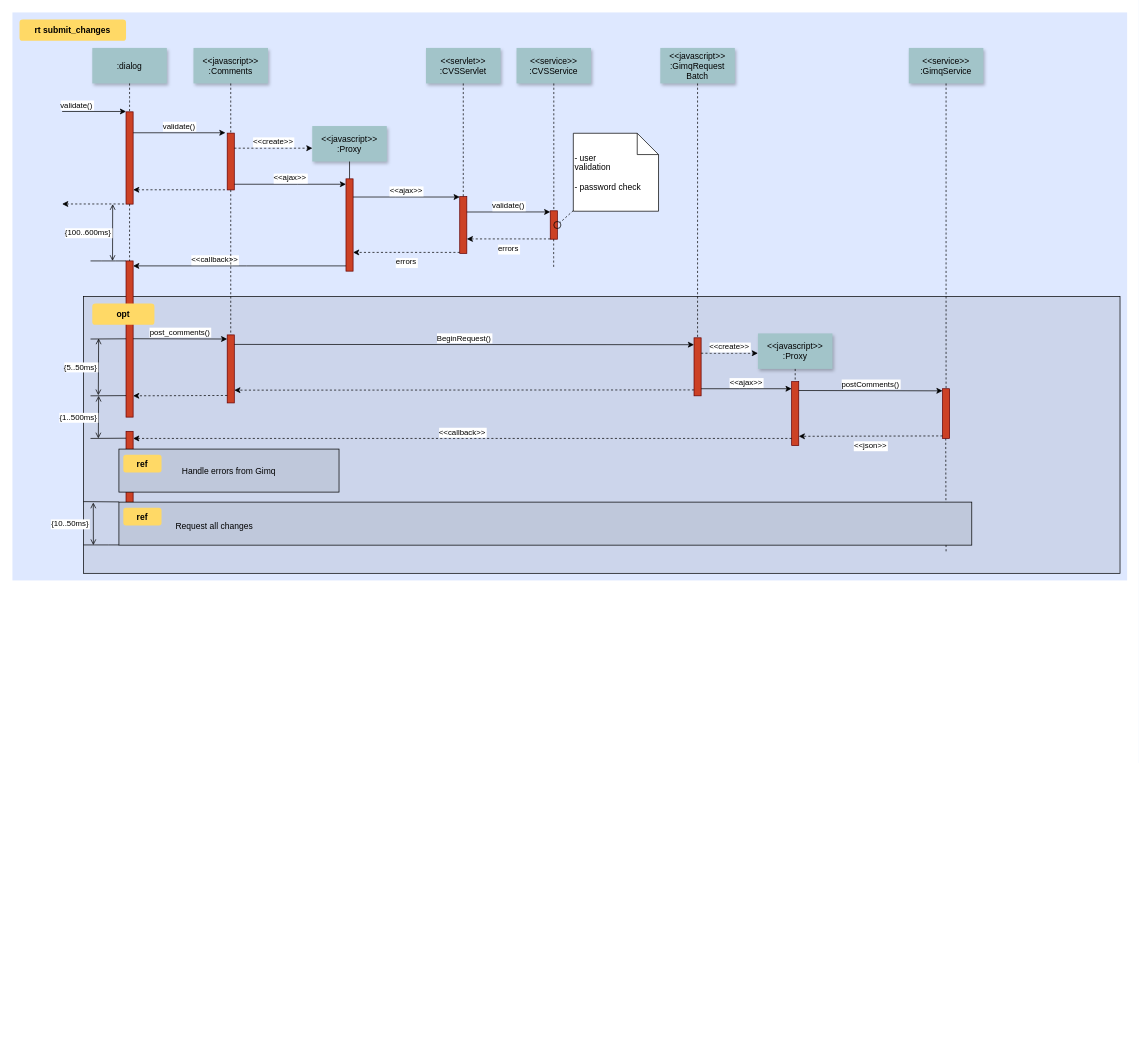
Earlier version of the draw.io diagram Diagramme sans nom.drawio (faresUnderScore999/test1.0). Source tidied: cells renumbered, new cells numbered last; positions are measured from the earlier drawing's top-left corner, leaving out a move shared by most shapes. Both pictures are drawn from the tidied source at 71%, with x=0, y=0 at pixel (12, 12).
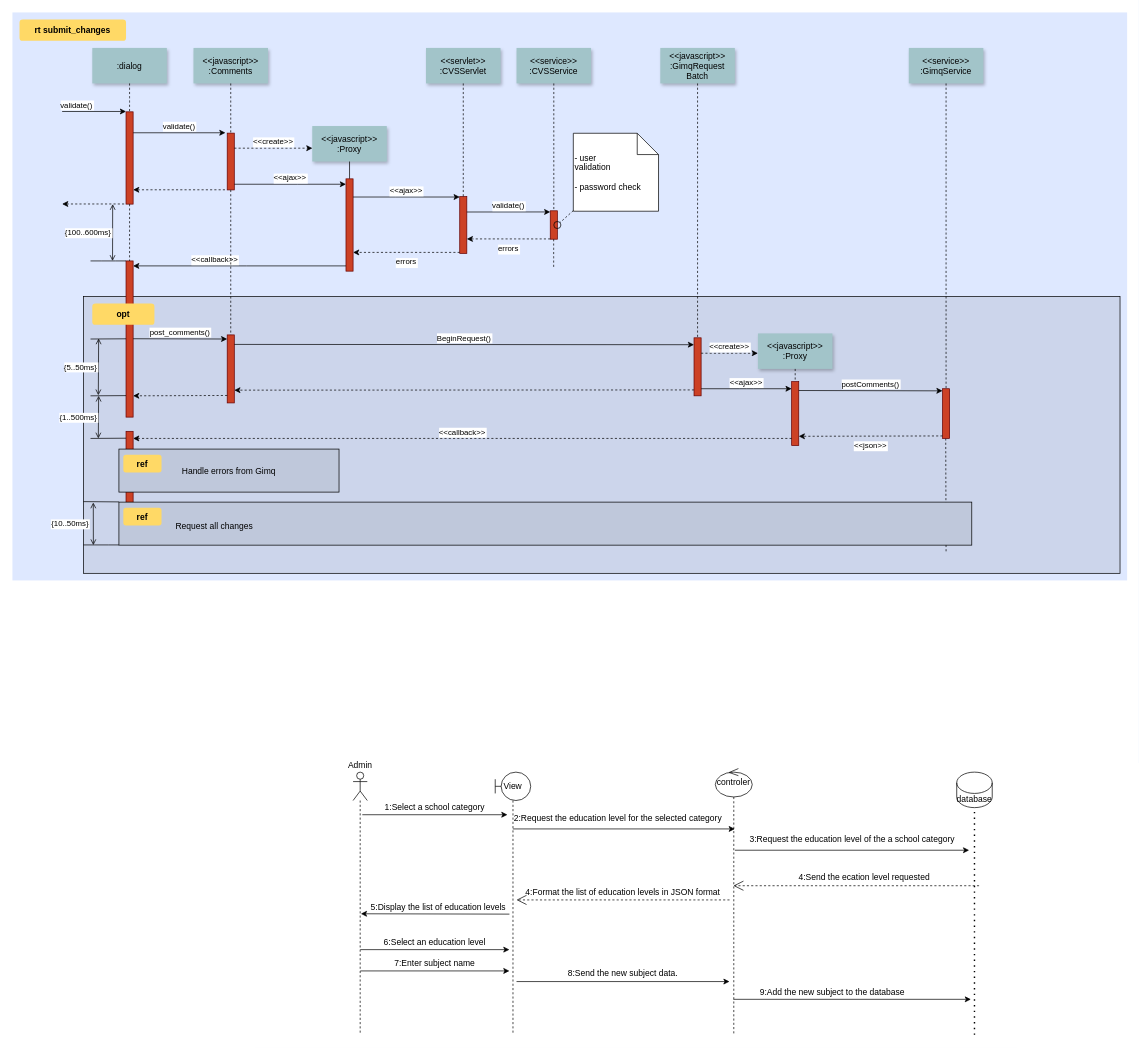
After the change.

Commit message:
Mettre à jour Diagramme sans nom.drawio

The edit, as a diff of the source:
```diff
@@
+    <mxCell id="75" value="View" style="shape=umlLifeline;perimeter=lifelinePerimeter;whiteSpace=wrap;html=1;newEdgeStyle={&quot;curved&quot;:0,&quot;rounded&quot;:0};participant=umlBoundary;" parent="1" vertex="1">
+      <mxGeometry x="680" y="1070" width="50" height="370" as="geometry" />
+    </mxCell>
+    <mxCell id="76" style="shape=umlLifeline;perimeter=lifelinePerimeter;whiteSpace=wrap;html=1;newEdgeStyle={&quot;curved&quot;:0,&quot;rounded&quot;:0};participant=umlActor;" parent="1" vertex="1">
+      <mxGeometry x="479.8" y="1070" width="20" height="370" as="geometry" />
+    </mxCell>
+    <mxCell id="77" value="controler" style="shape=umlLifeline;perimeter=lifelinePerimeter;whiteSpace=wrap;html=1;outlineConnect=0;portConstraint=eastwest;newEdgeStyle={&quot;curved&quot;:0,&quot;rounded&quot;:0};participant=umlControl;" parent="1" vertex="1">
+      <mxGeometry x="990" y="1065" width="52" height="375" as="geometry" />
+    </mxCell>
+    <mxCell id="78" value="database" style="shape=cylinder3;whiteSpace=wrap;html=1;boundedLbl=1;backgroundOutline=1;size=15;" parent="1" vertex="1">
+      <mxGeometry x="1330" y="1070" width="50" height="50" as="geometry" />
+    </mxCell>
+    <mxCell id="79" style="endArrow=classic;html=1;rounded=0;" parent="1" edge="1">
+      <mxGeometry relative="1" as="geometry">
+        <mxPoint x="492.8" y="1130" as="sourcePoint" />
+        <mxPoint x="697.2" y="1130" as="targetPoint" />
+      </mxGeometry>
+    </mxCell>
+    <mxCell id="80" value="1:Select a school category" style="text;html=1;align=center;verticalAlign=middle;whiteSpace=wrap;rounded=0;" parent="1" vertex="1">
+      <mxGeometry x="520" y="1110" width="150" height="20" as="geometry" />
+    </mxCell>
+    <mxCell id="81" style="endArrow=classic;html=1;rounded=0;entryX=1;entryY=1;entryDx=0;entryDy=0;" parent="1" edge="1" target="82">
+      <mxGeometry relative="1" as="geometry">
+        <mxPoint x="704.8" y="1150" as="sourcePoint" />
+      </mxGeometry>
+    </mxCell>
+    <mxCell id="82" value="2:Request the education level for the selected category" style="text;html=1;align=center;verticalAlign=middle;whiteSpace=wrap;rounded=0;" parent="1" vertex="1">
+      <mxGeometry x="687.5" y="1120" width="330" height="30" as="geometry" />
+    </mxCell>
+    <mxCell id="83" value="3:Request the education level of the a school category" style="text;html=1;align=center;verticalAlign=middle;whiteSpace=wrap;rounded=0;" parent="1" vertex="1">
+      <mxGeometry x="1017.5" y="1150" width="330" height="30" as="geometry" />
+    </mxCell>
+    <mxCell id="84" style="endArrow=classic;html=1;rounded=0;exitX=0;exitY=1;exitDx=0;exitDy=0;entryX=1;entryY=1;entryDx=0;entryDy=0;" parent="1" edge="1" source="83" target="83">
+      <mxGeometry relative="1" as="geometry" />
+    </mxCell>
+    <mxCell id="85" style="endArrow=none;dashed=1;html=1;dashPattern=1 3;strokeWidth=2;rounded=0;entryX=0.5;entryY=1;entryDx=0;entryDy=0;entryPerimeter=0;" parent="1" edge="1" target="78">
+      <mxGeometry relative="1" as="geometry">
+        <mxPoint x="1355" y="1440" as="sourcePoint" />
+      </mxGeometry>
+    </mxCell>
+    <mxCell id="86" style="endArrow=open;endSize=12;dashed=1;html=1;rounded=0;" parent="1" edge="1" target="77">
+      <mxGeometry relative="1" as="geometry">
+        <mxPoint x="1361.5" y="1230" as="sourcePoint" />
+      </mxGeometry>
+    </mxCell>
+    <mxCell id="87" value="4:Send the ecation level requested" style="text;html=1;align=center;verticalAlign=middle;whiteSpace=wrap;rounded=0;" parent="1" vertex="1">
+      <mxGeometry x="1060" y="1205" width="280" height="25" as="geometry" />
+    </mxCell>
+    <mxCell id="88" style="endArrow=open;endSize=12;dashed=1;html=1;rounded=0;entryX=0;entryY=1;entryDx=0;entryDy=0;exitX=1;exitY=1;exitDx=0;exitDy=0;" parent="1" edge="1" source="89" target="89">
+      <mxGeometry relative="1" as="geometry" />
+    </mxCell>
+    <mxCell id="89" value="4:Format the list of education levels in JSON format" style="text;html=1;align=center;verticalAlign=middle;whiteSpace=wrap;rounded=0;" parent="1" vertex="1">
+      <mxGeometry x="710" y="1230" width="300" height="20" as="geometry" />
+    </mxCell>
+    <mxCell id="90" style="endArrow=classic;html=1;rounded=0;exitX=1;exitY=1;exitDx=0;exitDy=0;entryX=-0.045;entryY=0.975;entryDx=0;entryDy=0;entryPerimeter=0;" parent="1" edge="1" source="91" target="91">
+      <mxGeometry relative="1" as="geometry" />
+    </mxCell>
+    <mxCell id="91" value="5:Display the list of education levels" style="text;html=1;align=center;verticalAlign=middle;whiteSpace=wrap;rounded=0;" parent="1" vertex="1">
+      <mxGeometry x="499.8" y="1250" width="200.2" height="20" as="geometry" />
+    </mxCell>
+    <mxCell id="92" value="6:Select an education level" style="text;html=1;align=center;verticalAlign=middle;whiteSpace=wrap;rounded=0;" parent="1" vertex="1">
+      <mxGeometry x="490" y="1300" width="210" height="20" as="geometry" />
+    </mxCell>
+    <mxCell id="93" style="endArrow=classic;html=1;rounded=0;exitX=0;exitY=1;exitDx=0;exitDy=0;entryX=1;entryY=1;entryDx=0;entryDy=0;" parent="1" edge="1" source="92" target="92">
+      <mxGeometry relative="1" as="geometry" />
+    </mxCell>
+    <mxCell id="94" value="7:Enter subject name" style="text;html=1;align=center;verticalAlign=middle;whiteSpace=wrap;rounded=0;" parent="1" vertex="1">
+      <mxGeometry x="490" y="1330" width="210" height="20" as="geometry" />
+    </mxCell>
+    <mxCell id="95" style="endArrow=classic;html=1;rounded=0;entryX=1;entryY=1;entryDx=0;entryDy=0;exitX=0;exitY=1;exitDx=0;exitDy=0;" parent="1" edge="1" source="94" target="94">
+      <mxGeometry relative="1" as="geometry" />
+    </mxCell>
+    <mxCell id="96" value="Admin" style="text;html=1;align=center;verticalAlign=middle;whiteSpace=wrap;rounded=0;" parent="1" vertex="1">
+      <mxGeometry x="460" y="1050" width="60" height="20" as="geometry" />
+    </mxCell>
+    <mxCell id="97" style="endArrow=classic;html=1;rounded=0;exitX=0;exitY=1;exitDx=0;exitDy=0;entryX=1;entryY=1;entryDx=0;entryDy=0;" parent="1" edge="1" source="98" target="98">
+      <mxGeometry relative="1" as="geometry" />
+    </mxCell>
+    <mxCell id="98" value="8:Send the new subject data." style="text;html=1;align=center;verticalAlign=middle;whiteSpace=wrap;rounded=0;" parent="1" vertex="1">
+      <mxGeometry x="710" y="1340" width="300" height="25" as="geometry" />
+    </mxCell>
+    <mxCell id="99" style="endArrow=classic;html=1;rounded=0;" parent="1" edge="1" source="77">
+      <mxGeometry relative="1" as="geometry">
+        <mxPoint x="1350" y="1390" as="targetPoint" />
+      </mxGeometry>
+    </mxCell>
+    <mxCell id="100" value="9:Add the new subject to the database" style="text;html=1;align=center;verticalAlign=middle;whiteSpace=wrap;rounded=0;" parent="1" vertex="1">
+      <mxGeometry x="1020" y="1365" width="270" height="30" as="geometry" />
+    </mxCell>
```
